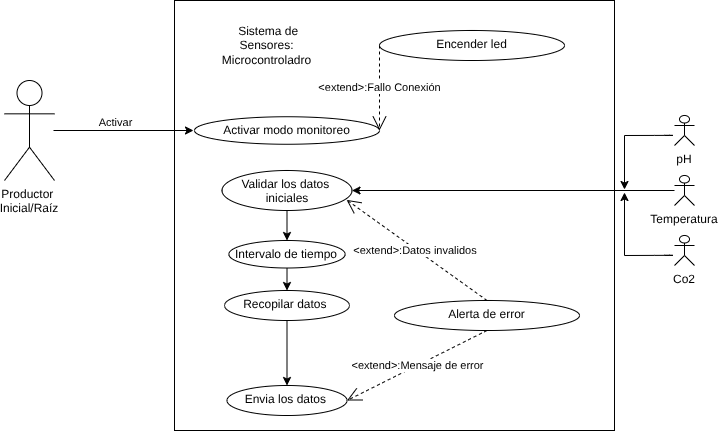
The draw.io diagram UML/Modulo1/RF01_2.drawio.png in miicxitl-kin/Proyecto-Terminal-1-y-2, before a commit. Source tidied: cells renumbered, new cells last; positions are measured from the earlier drawing's top-left corner, leaving out a move shared by most shapes.
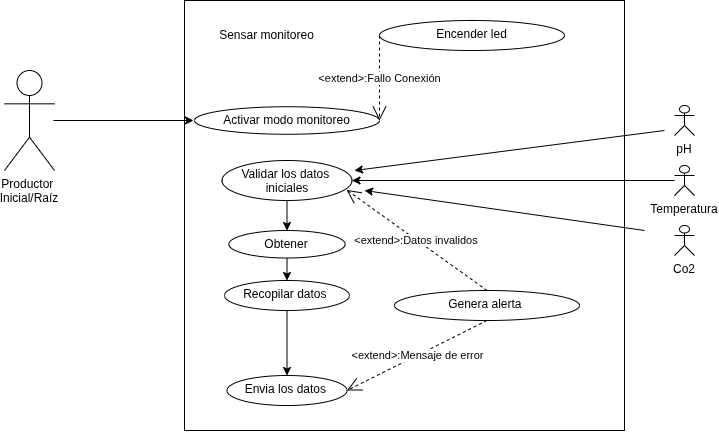
Above is the later version.

The edit, as a diff of the source:
```diff
@@ -14,7 +14,7 @@
     <mxCell id="5" value="&lt;font style=&quot;color: rgb(0, 0, 0);&quot;&gt;Recopilar datos&amp;nbsp;&lt;/font&gt;" style="ellipse;whiteSpace=wrap;html=1;verticalAlign=top;fillColor=none;labelBorderColor=none;labelBackgroundColor=none;" parent="1" vertex="1">
       <mxGeometry x="220" y="290" width="125" height="30" as="geometry" />
     </mxCell>
-    <mxCell id="6" value="&lt;font style=&quot;scrollbar-color: rgb(226, 226, 226) rgb(251, 251, 251); color: rgb(0, 0, 0);&quot;&gt;&amp;nbsp;Sistema de Sensores:&lt;/font&gt;&lt;div style=&quot;color: rgb(63, 63, 63); scrollbar-color: rgb(226, 226, 226) rgb(251, 251, 251);&quot;&gt;&lt;font style=&quot;scrollbar-color: rgb(226, 226, 226) rgb(251, 251, 251); color: rgb(0, 0, 0);&quot;&gt;Microcontroladro&lt;/font&gt;&lt;/div&gt;" style="text;html=1;align=center;verticalAlign=middle;whiteSpace=wrap;rounded=0;fontSize=12;" parent="1" vertex="1">
+    <mxCell id="6" value="Sensar monitoreo" style="text;html=1;align=center;verticalAlign=middle;whiteSpace=wrap;rounded=0;fontSize=12;" parent="1" vertex="1">
       <mxGeometry x="210" y="30" width="105" height="30" as="geometry" />
     </mxCell>
     <mxCell id="7" style="endArrow=classic;html=1;entryX=0;entryY=0.5;entryDx=0;entryDy=0;" parent="1" edge="1">
@@ -23,22 +23,17 @@
         <mxPoint x="189" y="130" as="targetPoint" />
       </mxGeometry>
     </mxCell>
-    <mxCell id="8" value="Activar" style="edgeLabel;html=1;align=center;verticalAlign=middle;" parent="7" vertex="1">
-      <mxGeometry relative="1" as="geometry">
-        <mxPoint x="-9" y="-9" as="offset" />
-      </mxGeometry>
-    </mxCell>
     <mxCell id="9" value="Envia los datos&amp;nbsp;" style="ellipse;whiteSpace=wrap;html=1;verticalAlign=top;fillColor=none;labelBorderColor=none;labelBackgroundColor=none;" parent="1" vertex="1">
       <mxGeometry x="222.5" y="385" width="120" height="30" as="geometry" />
     </mxCell>
-    <mxCell id="10" value="&lt;font style=&quot;color: rgb(0, 0, 0);&quot;&gt;Alerta de error&lt;/font&gt;&lt;div&gt;&lt;br&gt;&lt;/div&gt;" style="ellipse;whiteSpace=wrap;html=1;verticalAlign=top;fillColor=none;labelBorderColor=none;labelBackgroundColor=none;" parent="1" vertex="1">
+    <mxCell id="10" value="&lt;font style=&quot;color: rgb(0, 0, 0);&quot;&gt;Genera alerta&amp;nbsp;&lt;/font&gt;&lt;div&gt;&lt;br&gt;&lt;/div&gt;" style="ellipse;whiteSpace=wrap;html=1;verticalAlign=top;fillColor=none;labelBorderColor=none;labelBackgroundColor=none;" parent="1" vertex="1">
       <mxGeometry x="390" y="300" width="185" height="30" as="geometry" />
     </mxCell>
     <mxCell id="11" value="&amp;lt;extend&amp;gt;:Mensaje de error" style="endArrow=open;endSize=12;dashed=1;html=1;exitX=0.5;exitY=1;exitDx=0;exitDy=0;entryX=1;entryY=0.5;entryDx=0;entryDy=0;" parent="1" edge="1" source="10" target="9">
       <mxGeometry relative="1" as="geometry" />
     </mxCell>
     <mxCell id="12" style="rounded=0;whiteSpace=wrap;html=1;fillColor=none;" parent="1" vertex="1">
-      <mxGeometry x="170" width="440" height="430" as="geometry" />
+      <mxGeometry x="180" y="10" width="440" height="430" as="geometry" />
     </mxCell>
     <mxCell id="13" style="edgeStyle=none;html=1;entryX=0.5;entryY=0;entryDx=0;entryDy=0;" parent="1" edge="1" source="14" target="27">
       <mxGeometry relative="1" as="geometry" />
@@ -67,43 +62,23 @@
     <mxCell id="21" value="pH" style="shape=umlActor;verticalLabelPosition=bottom;verticalAlign=top;fillColor=none;align=center;labelBorderColor=none;labelBackgroundColor=none;labelPosition=center;textShadow=0;fontColor=default;" parent="1" vertex="1">
       <mxGeometry x="670" y="115" width="20" height="30" as="geometry" />
     </mxCell>
-    <mxCell id="22" style="endArrow=none;html=1;" parent="1" edge="1">
-      <mxGeometry relative="1" as="geometry">
-        <mxPoint x="620" y="135" as="sourcePoint" />
-        <mxPoint x="660" y="134.9" as="targetPoint" />
-        <Array as="points">
-          <mxPoint x="660" y="134.9" />
-          <mxPoint x="670" y="134.9" />
-        </Array>
-      </mxGeometry>
-    </mxCell>
-    <mxCell id="23" style="endArrow=none;html=1;" parent="1" edge="1">
-      <mxGeometry relative="1" as="geometry">
-        <mxPoint x="620" y="255" as="sourcePoint" />
-        <mxPoint x="660" y="254.8" as="targetPoint" />
-        <Array as="points">
-          <mxPoint x="660" y="254.8" />
-          <mxPoint x="670" y="254.8" />
-        </Array>
-      </mxGeometry>
-    </mxCell>
-    <mxCell id="24" style="endArrow=classic;html=1;" parent="1" edge="1">
-      <mxGeometry relative="1" as="geometry">
-        <mxPoint x="620" y="135" as="sourcePoint" />
-        <mxPoint x="620" y="189" as="targetPoint" />
-      </mxGeometry>
-    </mxCell>
-    <mxCell id="25" style="endArrow=classic;html=1;" parent="1" edge="1">
-      <mxGeometry relative="1" as="geometry">
-        <mxPoint x="620" y="255" as="sourcePoint" />
-        <mxPoint x="620" y="192" as="targetPoint" />
-      </mxGeometry>
-    </mxCell>
     <mxCell id="26" style="edgeStyle=none;html=1;entryX=0.5;entryY=0;entryDx=0;entryDy=0;" parent="1" edge="1" source="27" target="5">
       <mxGeometry relative="1" as="geometry" />
     </mxCell>
-    <mxCell id="27" value="Intervalo de tiempo" style="ellipse;whiteSpace=wrap;html=1;verticalAlign=top;fillColor=none;labelBorderColor=none;labelBackgroundColor=none;" parent="1" vertex="1">
+    <mxCell id="27" value="Obtener" style="ellipse;whiteSpace=wrap;html=1;verticalAlign=top;fillColor=none;labelBorderColor=none;labelBackgroundColor=none;" parent="1" vertex="1">
       <mxGeometry x="224.4" y="240" width="116.2" height="27.5" as="geometry" />
     </mxCell>
+    <mxCell id="28" style="edgeStyle=none;html=1;" parent="1" edge="1">
+      <mxGeometry relative="1" as="geometry">
+        <mxPoint x="660" y="140" as="sourcePoint" />
+        <mxPoint x="350" y="180" as="targetPoint" />
+      </mxGeometry>
+    </mxCell>
+    <mxCell id="29" style="edgeStyle=none;html=1;" parent="1" edge="1">
+      <mxGeometry relative="1" as="geometry">
+        <mxPoint x="640" y="240" as="sourcePoint" />
+        <mxPoint x="360" y="200" as="targetPoint" />
+      </mxGeometry>
+    </mxCell>
   </root>
 </mxGraphModel>
```
